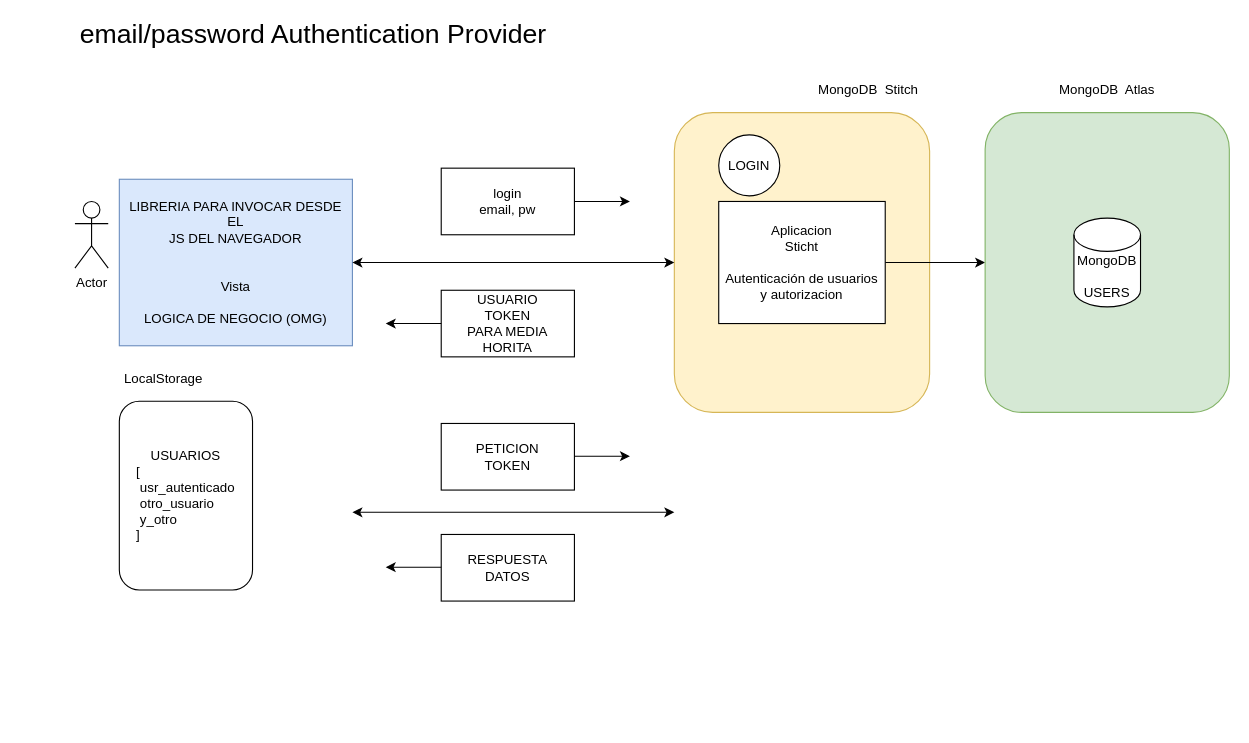
Earlier version of the draw.io diagram page "Página-62" (62 of 63) of diagramas.drawio (almoril00/MEAN). Source tidied: cells renumbered, new cells numbered last; positions are measured from the earlier drawing's top-left corner, leaving out a move shared by most shapes. Both pictures are drawn from the tidied source at 111%, with x=0, y=0 at pixel (19, 23).
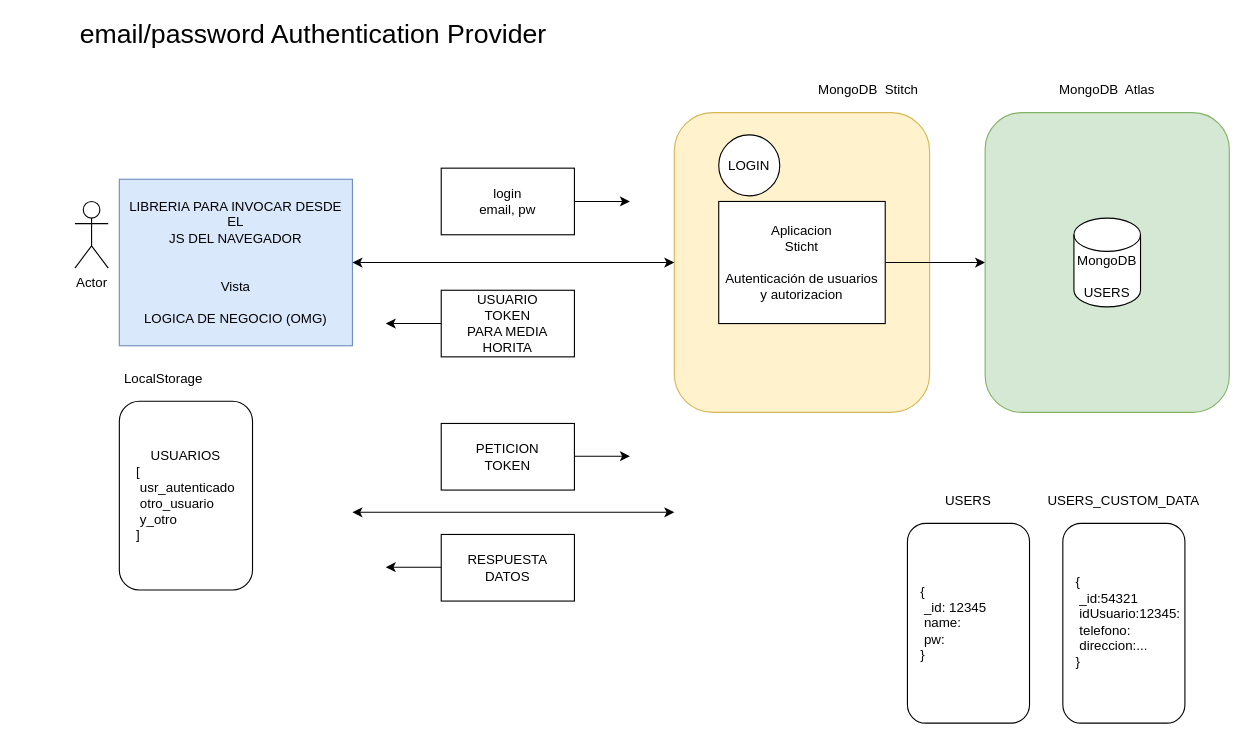
Above is the later version.

Commit message (it also covers changes not shown here):
Realm, custom user data

Change to the diagram source:
```diff
@@
+    <mxCell id="26" style="rounded=1;whiteSpace=wrap;html=1;fillColor=none;" parent="1" vertex="1">
+      <mxGeometry x="800" y="450" width="110" height="180" as="geometry" />
+    </mxCell>
+    <mxCell id="27" value="USERS" style="text;html=1;strokeColor=none;fillColor=none;align=center;verticalAlign=middle;whiteSpace=wrap;rounded=0;" parent="1" vertex="1">
+      <mxGeometry x="835" y="420" width="40" height="20" as="geometry" />
+    </mxCell>
+    <mxCell id="28" style="rounded=1;whiteSpace=wrap;html=1;fillColor=none;" parent="1" vertex="1">
+      <mxGeometry x="940" y="450" width="110" height="180" as="geometry" />
+    </mxCell>
+    <mxCell id="29" value="USERS_CUSTOM_DATA" style="text;html=1;strokeColor=none;fillColor=none;align=center;verticalAlign=middle;whiteSpace=wrap;rounded=0;" parent="1" vertex="1">
+      <mxGeometry x="975" y="420" width="40" height="20" as="geometry" />
+    </mxCell>
+    <mxCell id="30" value="{&lt;br&gt;&amp;nbsp;_id: 12345&lt;br&gt;&amp;nbsp;name:&lt;br&gt;&amp;nbsp;pw:&lt;br&gt;}" style="text;html=1;strokeColor=none;fillColor=none;align=left;verticalAlign=middle;whiteSpace=wrap;rounded=0;" parent="1" vertex="1">
+      <mxGeometry x="810" y="470" width="90" height="140" as="geometry" />
+    </mxCell>
+    <mxCell id="31" value="{&lt;br&gt;&amp;nbsp;_id:54321&lt;br&gt;&amp;nbsp;idUsuario:12345:&lt;br&gt;&amp;nbsp;telefono:&lt;br&gt;&amp;nbsp;direccion:...&lt;br&gt;}" style="text;html=1;strokeColor=none;fillColor=none;align=left;verticalAlign=middle;whiteSpace=wrap;rounded=0;" parent="1" vertex="1">
+      <mxGeometry x="950" y="469" width="90" height="140" as="geometry" />
+    </mxCell>
```
